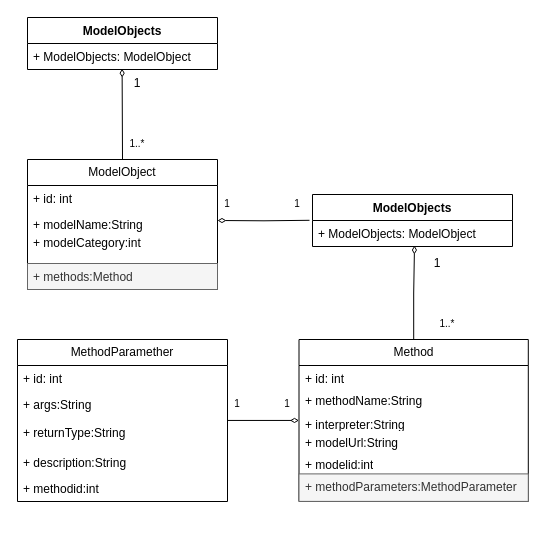
Before: page "第 1 页" (1 of 2) of tree.drawio in liujing-maker/IDEA, a draw.io diagram. Source tidied: cells renumbered, new cells numbered last; positions are measured from the earlier drawing's top-left corner, leaving out a move shared by most shapes. Both pictures are drawn from the tidied source at 100%, with x=0, y=0 at pixel (17, 17).
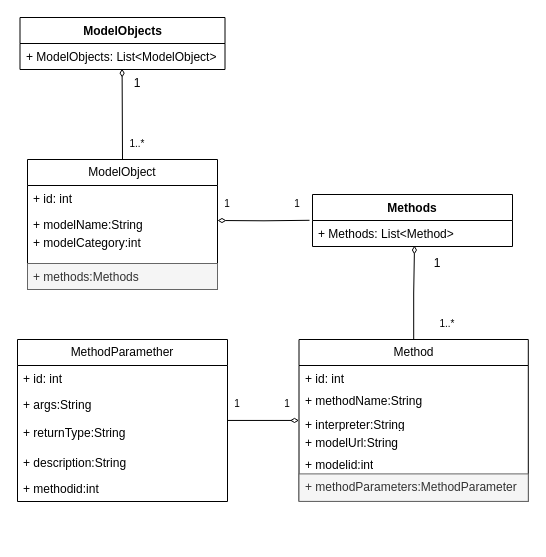
The same diagram, later.

The change refers to these unchanged cells:
```xml
<mxCell id="2" style="group;" parent="1" vertex="1">
  <mxGeometry x="10" y="142" width="190" height="150" as="geometry" />
</mxCell>
```

Change to the diagram source:
```diff
@@
-    <mxCell id="7" value="+ methods:Method" style="text;strokeColor=#666666;fillColor=#f5f5f5;align=left;verticalAlign=top;spacingLeft=4;spacingRight=4;overflow=hidden;whiteSpace=wrap;html=1;fontColor=#333333;" parent="2" vertex="1">
+    <mxCell id="7" value="+ methods:Methods" style="text;strokeColor=#666666;fillColor=#f5f5f5;align=left;verticalAlign=top;spacingLeft=4;spacingRight=4;overflow=hidden;whiteSpace=wrap;html=1;fontColor=#333333;" parent="2" vertex="1">
       <mxGeometry y="104" width="190" height="26" as="geometry" />
     </mxCell>
@@
     <mxCell id="24" value="ModelObjects" style="swimlane;fontStyle=1;align=center;verticalAlign=top;horizontal=1;startSize=26;whiteSpace=wrap;html=1;" parent="1" vertex="1">
-      <mxGeometry x="10" width="190" height="52" as="geometry" />
+      <mxGeometry x="2.5" width="205" height="52" as="geometry" />
     </mxCell>
-    <mxCell id="25" value="+ ModelObjects: ModelObject" style="text;strokeColor=none;fillColor=none;align=left;verticalAlign=top;spacingLeft=4;spacingRight=4;overflow=hidden;points=[[0,0.5],[1,0.5]];portConstraint=eastwest;whiteSpace=wrap;html=1;" parent="24" vertex="1">
-      <mxGeometry y="26" width="190" height="26" as="geometry" />
+    <mxCell id="25" value="+ ModelObjects: List&amp;lt;ModelObject&amp;gt;" style="text;strokeColor=none;fillColor=none;align=left;verticalAlign=top;spacingLeft=4;spacingRight=4;overflow=hidden;points=[[0,0.5],[1,0.5]];portConstraint=eastwest;whiteSpace=wrap;html=1;" parent="24" vertex="1">
+      <mxGeometry y="26" width="205" height="26" as="geometry" />
     </mxCell>
@@
-    <mxCell id="29" value="ModelObjects" style="swimlane;fontStyle=1;align=center;verticalAlign=top;horizontal=1;startSize=26;whiteSpace=wrap;html=1;" parent="1" vertex="1">
+    <mxCell id="29" value="Methods" style="swimlane;fontStyle=1;align=center;verticalAlign=top;horizontal=1;startSize=26;whiteSpace=wrap;html=1;" parent="1" vertex="1">
       <mxGeometry x="295" y="177" width="200" height="52" as="geometry" />
     </mxCell>
-    <mxCell id="30" value="+ ModelObjects: ModelObject" style="text;strokeColor=none;fillColor=none;align=left;verticalAlign=top;spacingLeft=4;spacingRight=4;overflow=hidden;points=[[0,0.5],[1,0.5]];portConstraint=eastwest;whiteSpace=wrap;html=1;" parent="29" vertex="1">
+    <mxCell id="30" value="+ Methods: List&amp;lt;Method&amp;gt;" style="text;strokeColor=none;fillColor=none;align=left;verticalAlign=top;spacingLeft=4;spacingRight=4;overflow=hidden;points=[[0,0.5],[1,0.5]];portConstraint=eastwest;whiteSpace=wrap;html=1;" parent="29" vertex="1">
       <mxGeometry y="26" width="200" height="26" as="geometry" />
     </mxCell>
```
